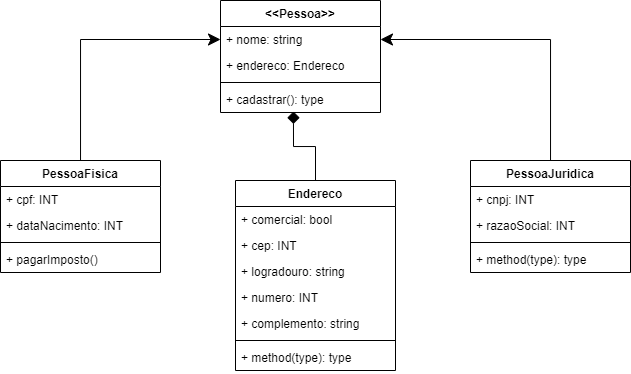
Above: src/assets/img/Untitled Diagram.drawio.png in ismaeldev96/GameMania (draw.io), before the change. Source tidied: cells renumbered, new cells last; positions are measured from the earlier drawing's top-left corner, leaving out a move shared by most shapes.
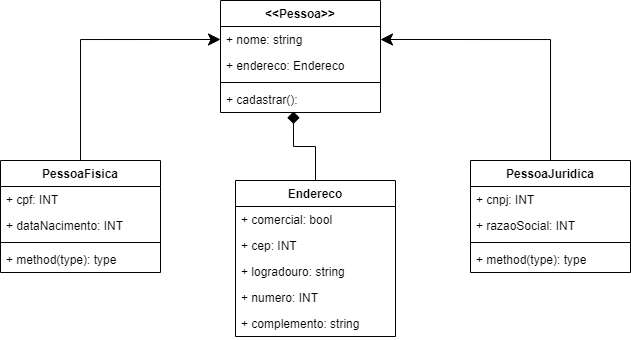
After the change.

The edit, as a diff of the source:
```diff
@@ -17,7 +17,7 @@
     <mxCell id="6" style="line;strokeWidth=1;fillColor=none;align=left;verticalAlign=middle;spacingTop=-1;spacingLeft=3;spacingRight=3;labelPosition=right;" parent="3" vertex="1">
       <mxGeometry y="78" width="160" height="8" as="geometry" />
     </mxCell>
-    <mxCell id="7" value="+ pagarImposto()" style="text;strokeColor=none;fillColor=none;align=left;verticalAlign=top;spacingLeft=4;spacingRight=4;overflow=hidden;" parent="3" vertex="1">
+    <mxCell id="7" value="+ method(type): type" style="text;strokeColor=none;fillColor=none;align=left;verticalAlign=top;spacingLeft=4;spacingRight=4;overflow=hidden;" parent="3" vertex="1">
       <mxGeometry y="86" width="160" height="26" as="geometry" />
     </mxCell>
     <mxCell id="8" style="edgeStyle=orthogonalEdgeStyle;rounded=0;jettySize=auto;html=1;entryX=1;entryY=0.5;entryDx=0;entryDy=0;endSize=10;" parent="1" edge="1" source="9" target="15">
@@ -50,14 +50,14 @@
     <mxCell id="17" style="line;strokeWidth=1;fillColor=none;align=left;verticalAlign=middle;spacingTop=-1;spacingLeft=3;spacingRight=3;labelPosition=right;" parent="14" vertex="1">
       <mxGeometry y="78" width="160" height="8" as="geometry" />
     </mxCell>
-    <mxCell id="18" value="+ cadastrar(): type" style="text;strokeColor=none;fillColor=none;align=left;verticalAlign=top;spacingLeft=4;spacingRight=4;overflow=hidden;points=[[0,0.5],[1,0.5]];portConstraint=eastwest;" parent="14" vertex="1">
+    <mxCell id="18" value="+ cadastrar(): " style="text;strokeColor=none;fillColor=none;align=left;verticalAlign=top;spacingLeft=4;spacingRight=4;overflow=hidden;points=[[0,0.5],[1,0.5]];portConstraint=eastwest;" parent="14" vertex="1">
       <mxGeometry y="86" width="160" height="26" as="geometry" />
     </mxCell>
     <mxCell id="19" style="edgeStyle=orthogonalEdgeStyle;rounded=0;jettySize=auto;html=1;entryX=0.456;entryY=0.962;entryDx=0;entryDy=0;entryPerimeter=0;endArrow=diamond;endFill=1;endSize=10;" parent="1" edge="1" source="20" target="18">
       <mxGeometry relative="1" as="geometry" />
     </mxCell>
     <mxCell id="20" value="Endereco" style="swimlane;fontStyle=1;align=center;verticalAlign=top;horizontal=1;startSize=26;" parent="1" vertex="1">
-      <mxGeometry x="235" y="180" width="160" height="190" as="geometry" />
+      <mxGeometry x="235" y="180" width="160" height="156" as="geometry" />
     </mxCell>
     <mxCell id="21" value="+ comercial: bool" style="text;strokeColor=none;fillColor=none;align=left;verticalAlign=top;spacingLeft=4;spacingRight=4;overflow=hidden;" parent="20" vertex="1">
       <mxGeometry y="26" width="160" height="26" as="geometry" />
@@ -74,11 +74,5 @@
     <mxCell id="25" value="+ complemento: string" style="text;strokeColor=none;fillColor=none;align=left;verticalAlign=top;spacingLeft=4;spacingRight=4;overflow=hidden;" parent="20" vertex="1">
       <mxGeometry y="130" width="160" height="26" as="geometry" />
     </mxCell>
-    <mxCell id="26" style="line;strokeWidth=1;fillColor=none;align=left;verticalAlign=middle;spacingTop=-1;spacingLeft=3;spacingRight=3;labelPosition=right;" parent="20" vertex="1">
-      <mxGeometry y="156" width="160" height="8" as="geometry" />
-    </mxCell>
-    <mxCell id="27" value="+ method(type): type" style="text;strokeColor=none;fillColor=none;align=left;verticalAlign=top;spacingLeft=4;spacingRight=4;overflow=hidden;" parent="20" vertex="1">
-      <mxGeometry y="164" width="160" height="26" as="geometry" />
-    </mxCell>
   </root>
 </mxGraphModel>
```
